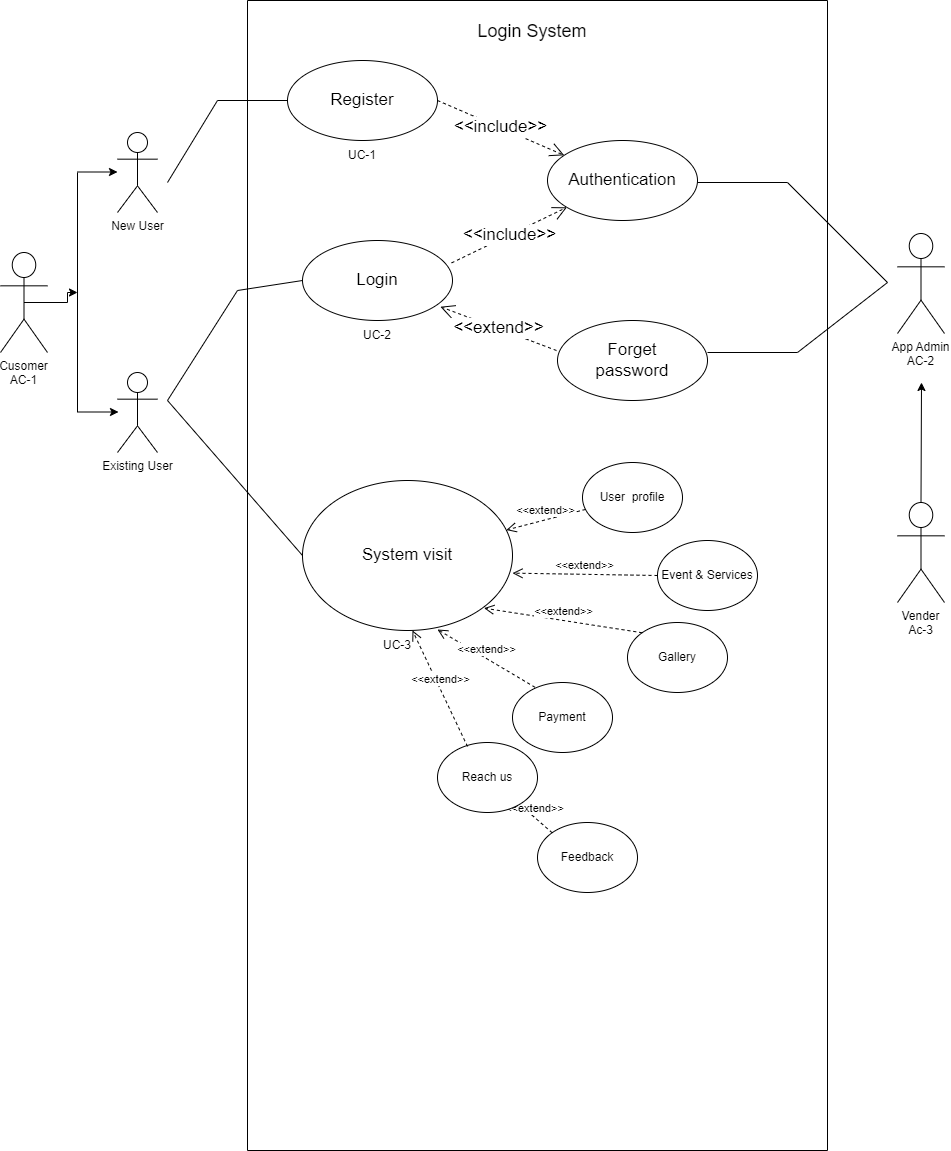
This is Login_form.drawio.png from BhavishyaBhojwani/Event-Management-System, a draw.io export, as it was before one commit. Source tidied: cells renumbered, new cells last; positions are measured from the earlier drawing's top-left corner, leaving out a move shared by most shapes.
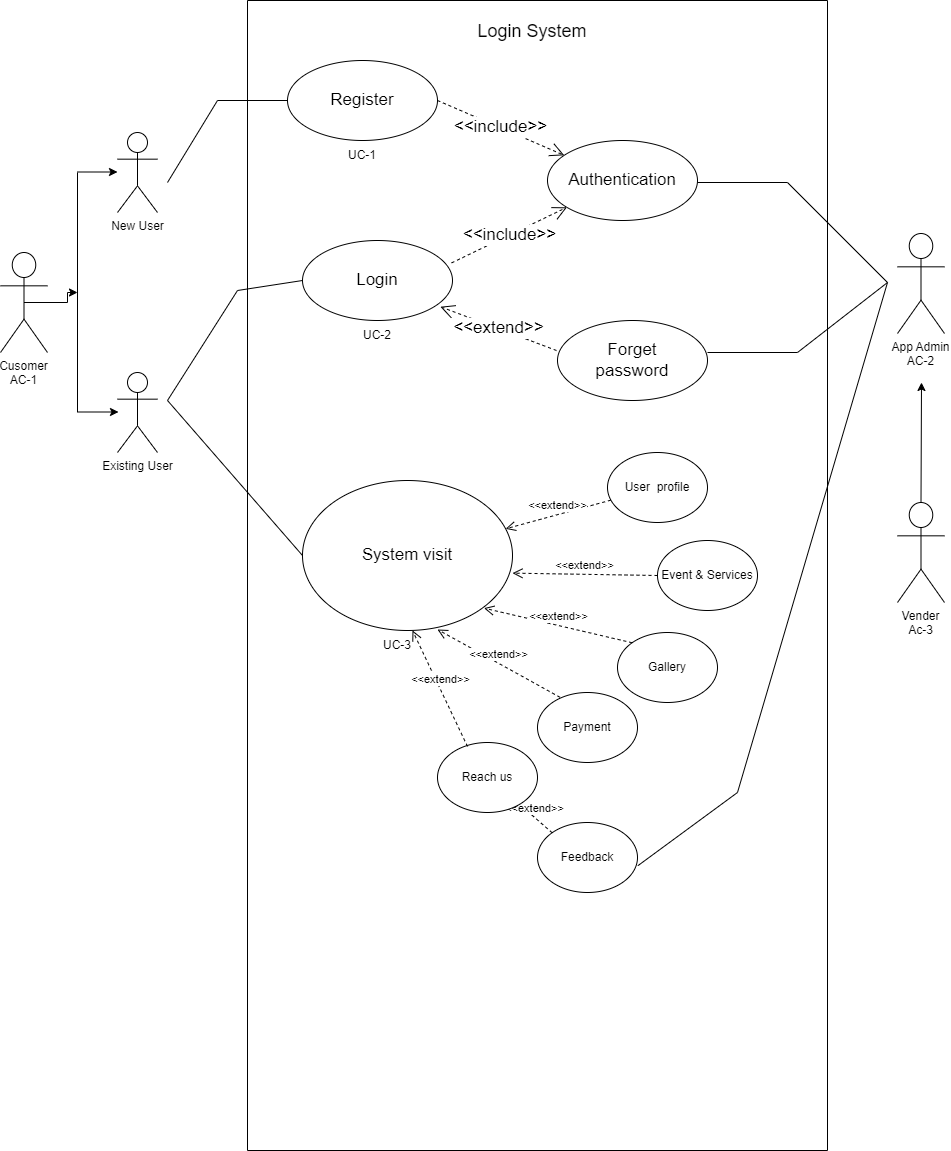
The same diagram one commit later.

What changed in the source:
```diff
@@ -92,16 +92,16 @@
       <mxGeometry relative="1" as="geometry" />
     </mxCell>
     <mxCell id="22" value="User&amp;nbsp; profile" style="ellipse;whiteSpace=wrap;html=1;" parent="9" vertex="1">
-      <mxGeometry x="335" y="462" width="100" height="70" as="geometry" />
+      <mxGeometry x="360" y="452" width="100" height="70" as="geometry" />
     </mxCell>
     <mxCell id="23" value="Event &amp;amp; Services" style="ellipse;whiteSpace=wrap;html=1;" parent="9" vertex="1">
       <mxGeometry x="410" y="540" width="100" height="70" as="geometry" />
     </mxCell>
     <mxCell id="24" value="Gallery" style="ellipse;whiteSpace=wrap;html=1;" parent="9" vertex="1">
-      <mxGeometry x="380" y="622" width="100" height="70" as="geometry" />
+      <mxGeometry x="370" y="632" width="100" height="70" as="geometry" />
     </mxCell>
     <mxCell id="25" value="Payment" style="ellipse;whiteSpace=wrap;html=1;" parent="9" vertex="1">
-      <mxGeometry x="265" y="682" width="100" height="70" as="geometry" />
+      <mxGeometry x="290" y="692" width="100" height="70" as="geometry" />
     </mxCell>
     <mxCell id="26" value="&amp;lt;&amp;lt;extend&amp;gt;&amp;gt;" style="html=1;verticalAlign=bottom;endArrow=open;dashed=1;endSize=8;rounded=0;exitX=0;exitY=0.5;exitDx=0;exitDy=0;" parent="9" edge="1" source="23">
       <mxGeometry relative="1" as="geometry">
@@ -167,5 +167,13 @@
         <mxPoint x="921" y="382" as="targetPoint" />
       </mxGeometry>
     </mxCell>
+    <mxCell id="41" style="endArrow=none;html=1;rounded=0;exitX=1.004;exitY=0.617;exitDx=0;exitDy=0;exitPerimeter=0;" parent="1" edge="1" source="29">
+      <mxGeometry relative="1" as="geometry">
+        <mxPoint x="887" y="282" as="targetPoint" />
+        <Array as="points">
+          <mxPoint x="737" y="792" />
+        </Array>
+      </mxGeometry>
+    </mxCell>
   </root>
 </mxGraphModel>
```
